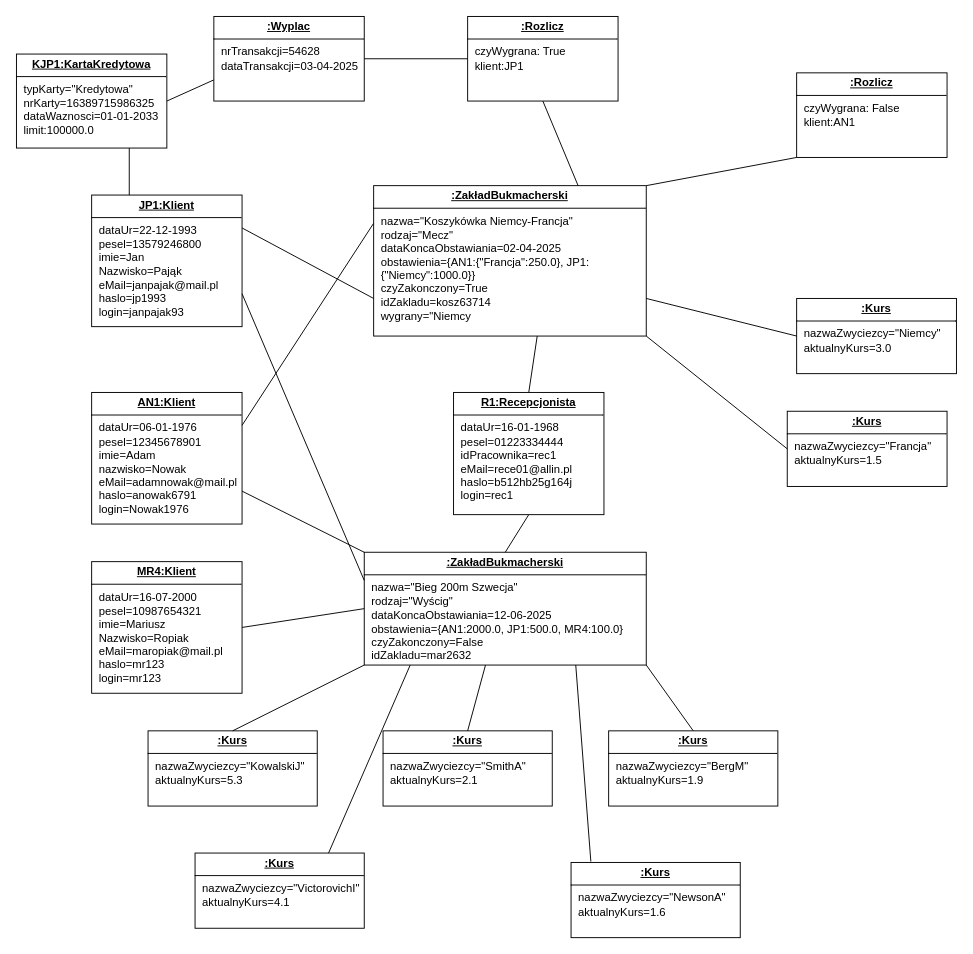
TISharker/PSI_Projekt keeps this draw.io diagram as cw5/diagramObiektowyTemp.drawio. Above is the earlier version. Source tidied: cells renumbered, new cells numbered last; positions are measured from the earlier drawing's top-left corner, leaving out a move shared by most shapes. Both pictures are drawn from the tidied source at 94%, with x=0, y=0 at pixel (16, 16).
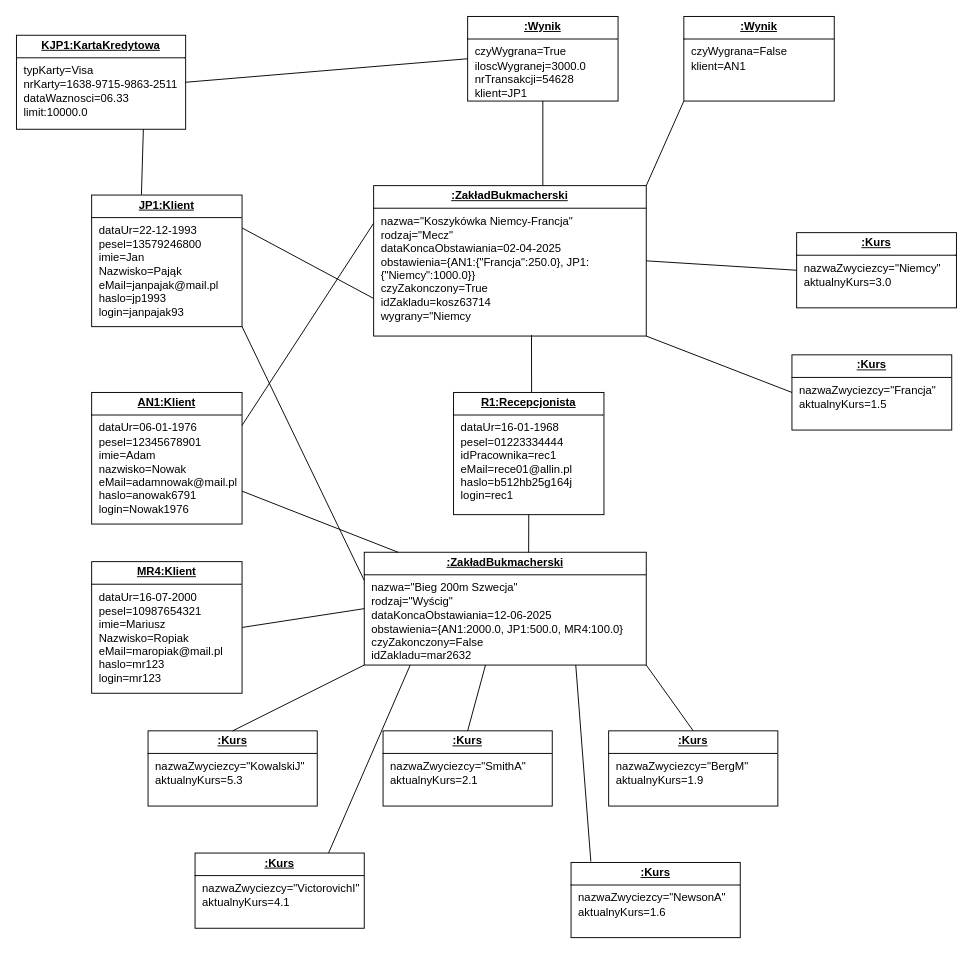
After the change.

Unchanged cells that the change refers to:
```xml
<mxCell id="2" value="&lt;p style=&quot;margin: 4px 0px 0px; text-align: center; text-decoration: underline;&quot;&gt;&lt;b&gt;AN1:Klient&lt;/b&gt;&lt;/p&gt;&lt;hr size=&quot;1&quot; style=&quot;border-style:solid;&quot;&gt;&lt;p style=&quot;margin:0px;margin-left:8px;&quot;&gt;dataUr=06-01-1976&lt;br&gt;pesel=12345678901&lt;/p&gt;&lt;p style=&quot;margin:0px;margin-left:8px;&quot;&gt;imie=Adam&lt;/p&gt;&lt;p style=&quot;margin:0px;margin-left:8px;&quot;&gt;nazwisko=Nowak&lt;/p&gt;&lt;p style=&quot;margin:0px;margin-left:8px;&quot;&gt;eMail=adamnowak@mail.pl&lt;/p&gt;&lt;p style=&quot;margin:0px;margin-left:8px;&quot;&gt;haslo=anowak6791&lt;/p&gt;&lt;p style=&quot;margin:0px;margin-left:8px;&quot;&gt;login=Nowak1976&lt;/p&gt;" style="verticalAlign=top;align=left;overflow=fill;html=1;whiteSpace=wrap;" parent="1" vertex="1">
  <mxGeometry x="80" y="400" width="160" height="140" as="geometry" />
</mxCell>
<mxCell id="4" value="&lt;p style=&quot;margin: 4px 0px 0px; text-align: center; text-decoration: underline;&quot;&gt;&lt;b&gt;:ZakładBukmacherski&lt;/b&gt;&lt;/p&gt;&lt;hr size=&quot;1&quot; style=&quot;border-style:solid;&quot;&gt;&lt;p style=&quot;margin:0px;margin-left:8px;&quot;&gt;nazwa=&quot;Koszykówka Niemcy-Francja&quot;&lt;br&gt;rodzaj=&quot;Mecz&quot;&lt;/p&gt;&lt;p style=&quot;margin:0px;margin-left:8px;&quot;&gt;dataKoncaObstawiania=02-04-2025&lt;/p&gt;&lt;p style=&quot;margin:0px;margin-left:8px;&quot;&gt;obstawienia={AN1:{&quot;Francja&quot;:250.0}, JP1:{&quot;Niemcy&quot;:1000.0}}&lt;/p&gt;&lt;p style=&quot;margin:0px;margin-left:8px;&quot;&gt;czyZakonczony=True&lt;/p&gt;&lt;p style=&quot;margin:0px;margin-left:8px;&quot;&gt;idZakladu=kosz63714&lt;/p&gt;&lt;p style=&quot;margin:0px;margin-left:8px;&quot;&gt;wygrany=&quot;Niemcy&lt;/p&gt;" style="verticalAlign=top;align=left;overflow=fill;html=1;whiteSpace=wrap;" parent="1" vertex="1">
  <mxGeometry x="380" y="180" width="290" height="160" as="geometry" />
</mxCell>
<mxCell id="9" value="&lt;p style=&quot;margin: 4px 0px 0px; text-align: center; text-decoration: underline;&quot;&gt;&lt;b&gt;:ZakładBukmacherski&lt;/b&gt;&lt;/p&gt;&lt;hr size=&quot;1&quot; style=&quot;border-style:solid;&quot;&gt;&lt;p style=&quot;margin:0px;margin-left:8px;&quot;&gt;nazwa=&quot;Bieg 200m Szwecja&quot;&lt;br&gt;rodzaj=&quot;Wyścig&quot;&lt;/p&gt;&lt;p style=&quot;margin:0px;margin-left:8px;&quot;&gt;dataKoncaObstawiania=12-06-2025&lt;/p&gt;&lt;p style=&quot;margin:0px;margin-left:8px;&quot;&gt;obstawienia={AN1:2000.0, JP1:500.0, MR4:100.0}&lt;/p&gt;&lt;p style=&quot;margin:0px;margin-left:8px;&quot;&gt;czyZakonczony=False&lt;/p&gt;&lt;p style=&quot;margin:0px;margin-left:8px;&quot;&gt;idZakladu=mar2632&lt;/p&gt;" style="verticalAlign=top;align=left;overflow=fill;html=1;whiteSpace=wrap;" parent="1" vertex="1">
  <mxGeometry x="370" y="570" width="300" height="120" as="geometry" />
</mxCell>
<mxCell id="23" value="&lt;p style=&quot;margin: 4px 0px 0px; text-align: center; text-decoration: underline;&quot;&gt;&lt;b&gt;JP1:Klient&lt;/b&gt;&lt;/p&gt;&lt;hr size=&quot;1&quot; style=&quot;border-style:solid;&quot;&gt;&lt;p style=&quot;margin:0px;margin-left:8px;&quot;&gt;dataUr=22-12-1993&lt;br&gt;pesel=13579246800&lt;/p&gt;&lt;p style=&quot;margin:0px;margin-left:8px;&quot;&gt;imie=Jan&lt;/p&gt;&lt;p style=&quot;margin:0px;margin-left:8px;&quot;&gt;Nazwisko=Pająk&lt;/p&gt;&lt;p style=&quot;margin:0px;margin-left:8px;&quot;&gt;eMail=janpajak@mail.pl&lt;/p&gt;&lt;p style=&quot;margin:0px;margin-left:8px;&quot;&gt;haslo=jp1993&lt;/p&gt;&lt;p style=&quot;margin:0px;margin-left:8px;&quot;&gt;login=janpajak93&lt;/p&gt;&lt;p style=&quot;margin:0px;margin-left:8px;&quot;&gt;&lt;br&gt;&lt;/p&gt;" style="verticalAlign=top;align=left;overflow=fill;html=1;whiteSpace=wrap;" parent="1" vertex="1">
  <mxGeometry x="80" y="190" width="160" height="140" as="geometry" />
</mxCell>
<mxCell id="26" value="&lt;p style=&quot;margin: 4px 0px 0px; text-align: center; text-decoration: underline;&quot;&gt;&lt;b&gt;R1:Recepcjonista&lt;/b&gt;&lt;/p&gt;&lt;hr size=&quot;1&quot; style=&quot;border-style:solid;&quot;&gt;&lt;p style=&quot;margin:0px;margin-left:8px;&quot;&gt;dataUr=16-01-1968&lt;br&gt;pesel=01223334444&lt;/p&gt;&lt;p style=&quot;margin:0px;margin-left:8px;&quot;&gt;idPracownika=rec1&lt;/p&gt;&lt;p style=&quot;margin:0px;margin-left:8px;&quot;&gt;eMail=rece01@allin.pl&lt;/p&gt;&lt;p style=&quot;margin:0px;margin-left:8px;&quot;&gt;haslo=b512hb25g164j&lt;/p&gt;&lt;p style=&quot;margin:0px;margin-left:8px;&quot;&gt;login=rec1&lt;/p&gt;" style="verticalAlign=top;align=left;overflow=fill;html=1;whiteSpace=wrap;" parent="1" vertex="1">
  <mxGeometry x="465" y="400" width="160" height="130" as="geometry" />
</mxCell>
```

Change to the diagram source:
```diff
@@
     <mxCell id="5" value="&lt;p style=&quot;margin: 4px 0px 0px; text-align: center; text-decoration: underline;&quot;&gt;&lt;b&gt;:Kurs&lt;/b&gt;&lt;/p&gt;&lt;hr size=&quot;1&quot; style=&quot;border-style:solid;&quot;&gt;&lt;p style=&quot;margin:0px;margin-left:8px;&quot;&gt;nazwaZwyciezcy=&quot;Niemcy&quot;&lt;br&gt;aktualnyKurs=3.0&lt;/p&gt;" style="verticalAlign=top;align=left;overflow=fill;html=1;whiteSpace=wrap;" parent="1" vertex="1">
-      <mxGeometry x="830" y="300" width="170" height="80" as="geometry" />
+      <mxGeometry x="830" y="230" width="170" height="80" as="geometry" />
     </mxCell>
     <mxCell id="6" value="&lt;p style=&quot;margin: 4px 0px 0px; text-align: center; text-decoration: underline;&quot;&gt;&lt;b&gt;:Kurs&lt;/b&gt;&lt;/p&gt;&lt;hr size=&quot;1&quot; style=&quot;border-style:solid;&quot;&gt;&lt;p style=&quot;margin:0px;margin-left:8px;&quot;&gt;nazwaZwyciezcy=&quot;Francja&quot;&lt;br&gt;aktualnyKurs=1.5&lt;/p&gt;" style="verticalAlign=top;align=left;overflow=fill;html=1;whiteSpace=wrap;" parent="1" vertex="1">
-      <mxGeometry x="820" y="420" width="170" height="80" as="geometry" />
+      <mxGeometry x="825" y="360" width="170" height="80" as="geometry" />
     </mxCell>
-    <mxCell id="7" style="endArrow=none;html=1;rounded=0;entryX=0;entryY=0.5;entryDx=0;entryDy=0;exitX=1;exitY=0.75;exitDx=0;exitDy=0;" parent="1" edge="1" source="4" target="5">
+    <mxCell id="7" style="endArrow=none;html=1;rounded=0;entryX=0;entryY=0.5;entryDx=0;entryDy=0;exitX=1;exitY=0.5;exitDx=0;exitDy=0;" parent="1" edge="1" source="4" target="5">
       <mxGeometry relative="1" as="geometry" />
     </mxCell>
@@
-    <mxCell id="22" style="endArrow=none;html=1;rounded=0;exitX=1;exitY=0.75;exitDx=0;exitDy=0;entryX=0;entryY=0;entryDx=0;entryDy=0;" parent="1" edge="1" source="2" target="9">
+    <mxCell id="22" style="endArrow=none;html=1;rounded=0;exitX=1;exitY=0.75;exitDx=0;exitDy=0;entryX=0.12;entryY=0;entryDx=0;entryDy=0;entryPerimeter=0;" parent="1" edge="1" source="2" target="9">
       <mxGeometry relative="1" as="geometry" />
     </mxCell>
@@
-    <mxCell id="25" style="endArrow=none;html=1;rounded=0;exitX=1;exitY=0.75;exitDx=0;exitDy=0;entryX=0;entryY=0.25;entryDx=0;entryDy=0;" parent="1" edge="1" source="23" target="9">
+    <mxCell id="25" style="endArrow=none;html=1;rounded=0;exitX=1;exitY=1;exitDx=0;exitDy=0;entryX=0;entryY=0.25;entryDx=0;entryDy=0;" parent="1" edge="1" source="23" target="9">
       <mxGeometry relative="1" as="geometry" />
     </mxCell>
@@
-    <mxCell id="27" style="endArrow=none;html=1;rounded=0;entryX=0.6;entryY=1;entryDx=0;entryDy=0;exitX=0.5;exitY=0;exitDx=0;exitDy=0;entryPerimeter=0;" parent="1" edge="1" source="26" target="4">
+    <mxCell id="27" style="endArrow=none;html=1;rounded=0;entryX=0.579;entryY=0.994;entryDx=0;entryDy=0;exitX=0.519;exitY=-0.003;exitDx=0;exitDy=0;entryPerimeter=0;exitPerimeter=0;" parent="1" edge="1" source="26" target="4">
       <mxGeometry relative="1" as="geometry" />
     </mxCell>
-    <mxCell id="28" style="endArrow=none;html=1;rounded=0;entryX=0.5;entryY=1;entryDx=0;entryDy=0;exitX=0.5;exitY=0;exitDx=0;exitDy=0;" parent="1" edge="1" source="9" target="26">
+    <mxCell id="28" style="endArrow=none;html=1;rounded=0;entryX=0.5;entryY=1;entryDx=0;entryDy=0;exitX=0.583;exitY=0;exitDx=0;exitDy=0;exitPerimeter=0;" parent="1" edge="1" source="9" target="26">
       <mxGeometry relative="1" as="geometry" />
     </mxCell>
-    <mxCell id="29" value="&lt;p style=&quot;margin: 4px 0px 0px; text-align: center; text-decoration: underline;&quot;&gt;&lt;b&gt;:Rozlicz&lt;/b&gt;&lt;/p&gt;&lt;hr size=&quot;1&quot; style=&quot;border-style:solid;&quot;&gt;&lt;p style=&quot;margin:0px;margin-left:8px;&quot;&gt;czyWygrana: False&lt;br&gt;klient:AN1&lt;/p&gt;" style="verticalAlign=top;align=left;overflow=fill;html=1;whiteSpace=wrap;" parent="1" vertex="1">
-      <mxGeometry x="830" y="60" width="160" height="90" as="geometry" />
+    <mxCell id="29" value="&lt;p style=&quot;margin: 4px 0px 0px; text-align: center; text-decoration: underline;&quot;&gt;&lt;b&gt;:Wynik&lt;/b&gt;&lt;/p&gt;&lt;hr size=&quot;1&quot; style=&quot;border-style:solid;&quot;&gt;&lt;p style=&quot;margin:0px;margin-left:8px;&quot;&gt;czyWygrana=False&lt;br&gt;klient=AN1&lt;/p&gt;" style="verticalAlign=top;align=left;overflow=fill;html=1;whiteSpace=wrap;" parent="1" vertex="1">
+      <mxGeometry x="710" width="160" height="90" as="geometry" />
     </mxCell>
@@
-    <mxCell id="31" value="&lt;p style=&quot;margin: 4px 0px 0px; text-align: center; text-decoration: underline;&quot;&gt;&lt;b&gt;:Rozlicz&lt;/b&gt;&lt;/p&gt;&lt;hr size=&quot;1&quot; style=&quot;border-style:solid;&quot;&gt;&lt;p style=&quot;margin:0px;margin-left:8px;&quot;&gt;czyWygrana: True&lt;br&gt;klient:JP1&lt;/p&gt;" style="verticalAlign=top;align=left;overflow=fill;html=1;whiteSpace=wrap;" parent="1" vertex="1">
+    <mxCell id="31" value="&lt;p style=&quot;margin: 4px 0px 0px; text-align: center; text-decoration: underline;&quot;&gt;&lt;b&gt;:Wynik&lt;/b&gt;&lt;/p&gt;&lt;hr size=&quot;1&quot; style=&quot;border-style:solid;&quot;&gt;&lt;p style=&quot;margin:0px;margin-left:8px;&quot;&gt;czyWygrana=True&lt;/p&gt;&lt;p style=&quot;margin:0px;margin-left:8px;&quot;&gt;iloscWygranej=3000.0&lt;/p&gt;&lt;p style=&quot;margin:0px;margin-left:8px;&quot;&gt;nrTransakcji=54628&lt;br&gt;klient=JP1&lt;/p&gt;" style="verticalAlign=top;align=left;overflow=fill;html=1;whiteSpace=wrap;" parent="1" vertex="1">
       <mxGeometry x="480" width="160" height="90" as="geometry" />
     </mxCell>
-    <mxCell id="32" style="endArrow=none;html=1;rounded=0;entryX=0.5;entryY=1;entryDx=0;entryDy=0;exitX=0.75;exitY=0;exitDx=0;exitDy=0;" parent="1" edge="1" source="4" target="31">
-      <mxGeometry relative="1" as="geometry" />
+    <mxCell id="32" style="endArrow=none;html=1;rounded=0;entryX=0.5;entryY=1;entryDx=0;entryDy=0;" parent="1" edge="1" target="31">
+      <mxGeometry relative="1" as="geometry">
+        <mxPoint x="560" y="180" as="sourcePoint" />
+      </mxGeometry>
     </mxCell>
-    <mxCell id="33" value="&lt;p style=&quot;margin: 4px 0px 0px; text-align: center; text-decoration: underline;&quot;&gt;&lt;b&gt;:Wyplac&lt;/b&gt;&lt;/p&gt;&lt;hr size=&quot;1&quot; style=&quot;border-style:solid;&quot;&gt;&lt;p style=&quot;margin:0px;margin-left:8px;&quot;&gt;nrTransakcji=54628&lt;br&gt;dataTransakcji=03-04-2025&lt;/p&gt;" style="verticalAlign=top;align=left;overflow=fill;html=1;whiteSpace=wrap;" parent="1" vertex="1">
-      <mxGeometry x="210" width="160" height="90" as="geometry" />
-    </mxCell>
-    <mxCell id="34" style="endArrow=none;html=1;rounded=0;entryX=0;entryY=0.5;entryDx=0;entryDy=0;exitX=1;exitY=0.5;exitDx=0;exitDy=0;" parent="1" edge="1" source="33" target="31">
+    <mxCell id="34" style="endArrow=none;html=1;rounded=0;entryX=0;entryY=0.5;entryDx=0;entryDy=0;exitX=1;exitY=0.5;exitDx=0;exitDy=0;" parent="1" edge="1" source="35" target="31">
       <mxGeometry relative="1" as="geometry" />
     </mxCell>
-    <mxCell id="35" value="&lt;p style=&quot;margin: 4px 0px 0px; text-align: center; text-decoration: underline;&quot;&gt;&lt;b&gt;KJP1:KartaKredytowa&lt;/b&gt;&lt;/p&gt;&lt;hr size=&quot;1&quot; style=&quot;border-style:solid;&quot;&gt;&lt;p style=&quot;margin:0px;margin-left:8px;&quot;&gt;typKarty=&quot;Kredytowa&quot;&lt;br&gt;nrKarty=16389715986325&lt;br&gt;dataWaznosci=01-01-2033&lt;/p&gt;&lt;p style=&quot;margin:0px;margin-left:8px;&quot;&gt;limit:100000.0&lt;/p&gt;" style="verticalAlign=top;align=left;overflow=fill;html=1;whiteSpace=wrap;" parent="1" vertex="1">
-      <mxGeometry y="40" width="160" height="100" as="geometry" />
+    <mxCell id="35" value="&lt;p style=&quot;margin: 4px 0px 0px; text-align: center; text-decoration: underline;&quot;&gt;&lt;b&gt;KJP1:KartaKredytowa&lt;/b&gt;&lt;/p&gt;&lt;hr size=&quot;1&quot; style=&quot;border-style:solid;&quot;&gt;&lt;p style=&quot;margin:0px;margin-left:8px;&quot;&gt;typKarty=Visa&lt;br&gt;nrKarty=1638-9715-9863-2511&lt;br&gt;dataWaznosci=06.33&lt;/p&gt;&lt;p style=&quot;margin:0px;margin-left:8px;&quot;&gt;limit:10000.0&lt;/p&gt;" style="verticalAlign=top;align=left;overflow=fill;html=1;whiteSpace=wrap;" parent="1" vertex="1">
+      <mxGeometry y="20" width="180" height="100" as="geometry" />
     </mxCell>
-    <mxCell id="36" style="endArrow=none;html=1;rounded=0;exitX=0.25;exitY=0;exitDx=0;exitDy=0;entryX=0.75;entryY=1;entryDx=0;entryDy=0;" parent="1" edge="1" source="23" target="35">
+    <mxCell id="36" style="endArrow=none;html=1;rounded=0;exitX=0.331;exitY=-0.003;exitDx=0;exitDy=0;entryX=0.75;entryY=1;entryDx=0;entryDy=0;exitPerimeter=0;" parent="1" edge="1" source="23" target="35">
       <mxGeometry relative="1" as="geometry" />
     </mxCell>
-    <mxCell id="37" style="endArrow=none;html=1;rounded=0;exitX=1;exitY=0.5;exitDx=0;exitDy=0;entryX=0;entryY=0.75;entryDx=0;entryDy=0;" parent="1" edge="1" source="35" target="33">
-      <mxGeometry relative="1" as="geometry" />
-    </mxCell>
```
